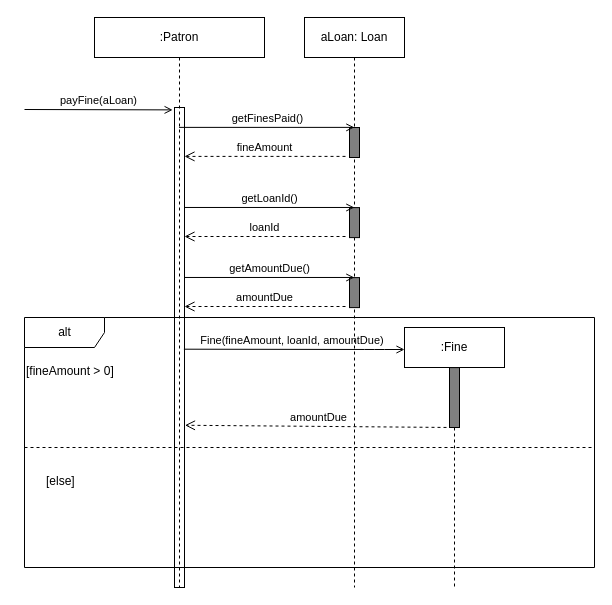
Before: page "pay-fine" (1 of 2) of docs/assets/sequence-diagram.drawio in creme332/biblionex, a draw.io diagram. Source tidied: cells renumbered, new cells numbered last; positions are measured from the earlier drawing's top-left corner, leaving out a move shared by most shapes. Both pictures are drawn from the tidied source at 100%, with x=0, y=0 at pixel (24, 17).
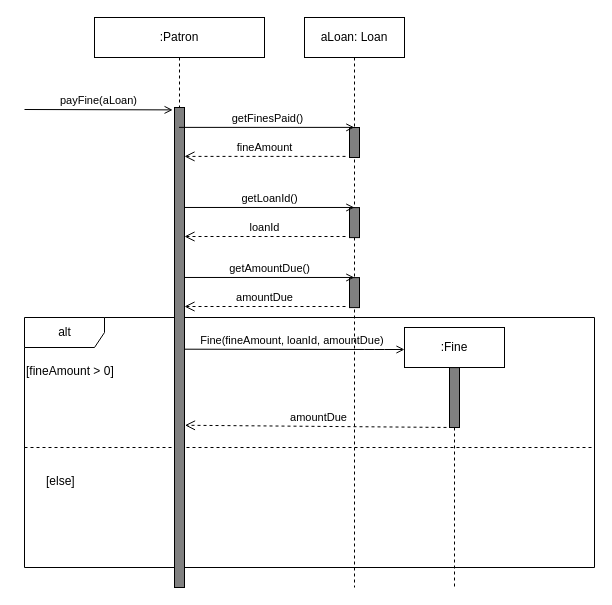
After the change.

The change refers to these unchanged cells:
```xml
<mxCell id="13" value=":Patron" style="shape=umlLifeline;perimeter=lifelinePerimeter;whiteSpace=wrap;html=1;outlineConnect=0;fillColor=none;" parent="1" vertex="1">
  <mxGeometry x="70" width="170" height="570" as="geometry" />
</mxCell>
```

The edit, as a diff of the source:
```diff
@@
-    <mxCell id="14" style="html=1;points=[];perimeter=orthogonalPerimeter;fillColor=none;" parent="13" vertex="1">
+    <mxCell id="14" style="html=1;points=[];perimeter=orthogonalPerimeter;fillColor=#808080;" parent="13" vertex="1">
       <mxGeometry x="80" y="90" width="10" height="480" as="geometry" />
     </mxCell>
```
